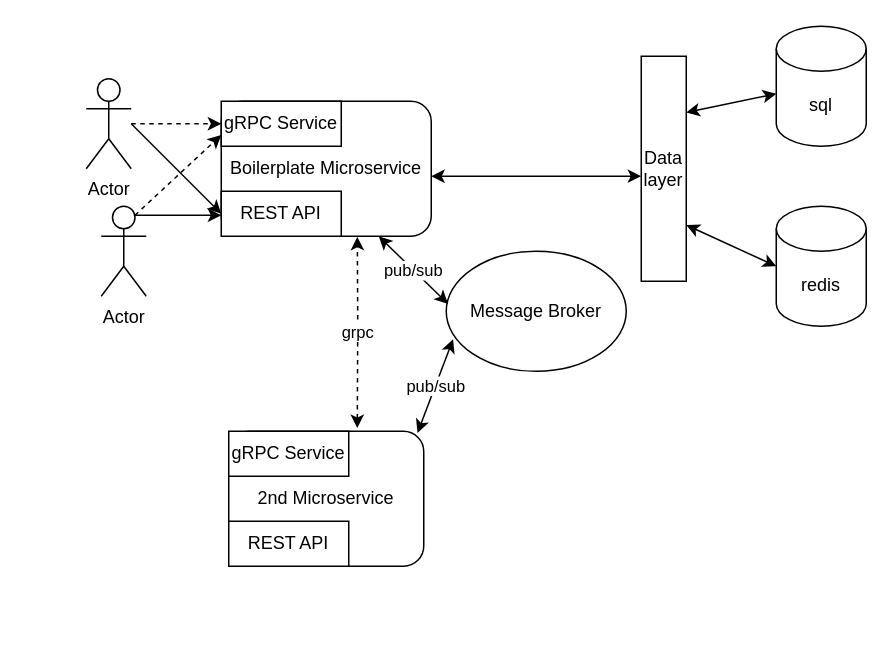
The draw.io diagram page "Boilerplate-vision" (1 of 2) of doc/go-boilerplate-v1.drawio in zYros90/go-boilerplate-v1, before the edit. Source tidied: cells renumbered, new cells numbered last; positions are measured from the earlier drawing's top-left corner, leaving out a move shared by most shapes. Both pictures are drawn from the tidied source at 150%, with x=0, y=0 at pixel (86, 26).
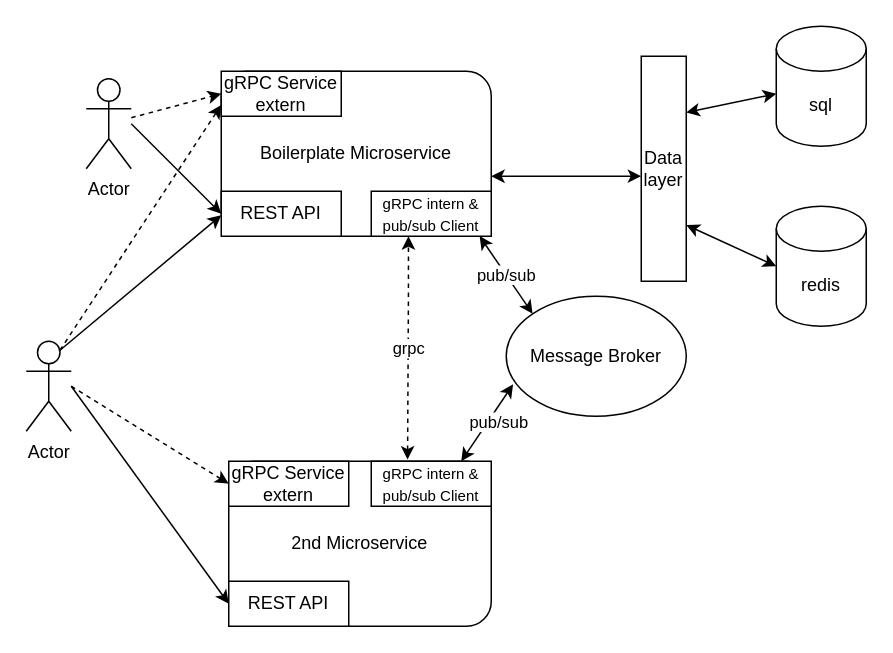
The same page after the edit.

Commit message (it also covers changes not shown here):
update project layout drawing

Unchanged cells that the change refers to:
```xml
<mxCell id="16" value="Data layer" style="rounded=0;whiteSpace=wrap;html=1;" parent="1" vertex="1">
  <mxGeometry x="370" y="20" width="30" height="150" as="geometry" />
</mxCell>
```

Change to the diagram source:
```diff
@@
     <mxCell id="2" value="Boilerplate Microservice" style="rounded=1;whiteSpace=wrap;html=1;" parent="1" vertex="1">
-      <mxGeometry x="90" y="50" width="140" height="90" as="geometry" />
+      <mxGeometry x="90" y="30" width="180" height="110" as="geometry" />
     </mxCell>
@@
+    <mxCell id="24" style="edgeStyle=none;html=1;entryX=0;entryY=0.5;entryDx=0;entryDy=0;" parent="1" edge="1" target="14">
+      <mxGeometry relative="1" as="geometry">
+        <mxPoint x="-10" y="240" as="sourcePoint" />
+      </mxGeometry>
+    </mxCell>
+    <mxCell id="25" style="edgeStyle=none;html=1;dashed=1;entryX=0;entryY=0.5;entryDx=0;entryDy=0;" parent="1" edge="1" target="23">
+      <mxGeometry relative="1" as="geometry">
+        <mxPoint x="-10" y="240" as="sourcePoint" />
+      </mxGeometry>
+    </mxCell>
     <mxCell id="10" value="Actor" style="shape=umlActor;verticalLabelPosition=bottom;verticalAlign=top;html=1;outlineConnect=0;" parent="1" vertex="1">
-      <mxGeometry x="10" y="120" width="30" height="60" as="geometry" />
+      <mxGeometry x="-40" y="210" width="30" height="60" as="geometry" />
     </mxCell>
     <mxCell id="11" value="Message Broker" style="ellipse;whiteSpace=wrap;html=1;" parent="1" vertex="1">
-      <mxGeometry x="240" y="150" width="120" height="80" as="geometry" />
+      <mxGeometry x="280" y="180" width="120" height="80" as="geometry" />
     </mxCell>
-    <mxCell id="12" value="pub/sub" style="endArrow=classic;startArrow=classic;html=1;entryX=0.75;entryY=1;entryDx=0;entryDy=0;exitX=0.01;exitY=0.439;exitDx=0;exitDy=0;exitPerimeter=0;" parent="1" edge="1" source="11" target="2">
+    <mxCell id="12" value="pub/sub" style="endArrow=classic;startArrow=classic;html=1;entryX=0.903;entryY=0.997;entryDx=0;entryDy=0;exitX=0;exitY=0;exitDx=0;exitDy=0;entryPerimeter=0;" parent="1" edge="1" source="11" target="26">
       <mxGeometry relative="1" as="geometry" />
     </mxCell>
     <mxCell id="13" value="2nd Microservice" style="rounded=1;whiteSpace=wrap;html=1;" parent="1" vertex="1">
-      <mxGeometry x="95" y="270" width="130" height="90" as="geometry" />
+      <mxGeometry x="95" y="290" width="175" height="110" as="geometry" />
     </mxCell>
     <mxCell id="14" value="REST API" style="rounded=0;whiteSpace=wrap;html=1;" parent="1" vertex="1">
-      <mxGeometry x="95" y="330" width="80" height="30" as="geometry" />
+      <mxGeometry x="95" y="370" width="80" height="30" as="geometry" />
     </mxCell>
-    <mxCell id="15" value="pub/sub" style="endArrow=classic;startArrow=classic;html=1;entryX=0.038;entryY=0.734;entryDx=0;entryDy=0;entryPerimeter=0;exitX=0.968;exitY=0.013;exitDx=0;exitDy=0;exitPerimeter=0;" parent="1" edge="1" source="13" target="11">
-      <mxGeometry relative="1" as="geometry" />
+    <mxCell id="15" value="pub/sub" style="endArrow=classic;startArrow=classic;html=1;entryX=0.038;entryY=0.734;entryDx=0;entryDy=0;entryPerimeter=0;exitX=0.75;exitY=0;exitDx=0;exitDy=0;" parent="1" edge="1" source="27" target="11">
+      <mxGeometry x="0.16" y="-6" relative="1" as="geometry" />
     </mxCell>
@@
     <mxCell id="20" style="endArrow=classic;startArrow=classic;html=1;entryX=0;entryY=0.533;entryDx=0;entryDy=0;entryPerimeter=0;" parent="1" edge="1" target="16">
       <mxGeometry relative="1" as="geometry">
-        <mxPoint x="230" y="100" as="sourcePoint" />
+        <mxPoint x="270" y="100" as="sourcePoint" />
       </mxGeometry>
     </mxCell>
-    <mxCell id="21" value="grpc" style="endArrow=classic;startArrow=classic;html=1;exitX=0.659;exitY=-0.024;exitDx=0;exitDy=0;dashed=1;entryX=0.648;entryY=1.004;entryDx=0;entryDy=0;entryPerimeter=0;exitPerimeter=0;" parent="1" edge="1" source="13" target="2">
+    <mxCell id="21" value="grpc" style="endArrow=classic;startArrow=classic;html=1;dashed=1;exitX=0.428;exitY=-0.038;exitDx=0;exitDy=0;exitPerimeter=0;" parent="1" edge="1">
       <mxGeometry relative="1" as="geometry">
+        <mxPoint x="214.2" y="288.9" as="sourcePoint" />
+        <mxPoint x="214.8" y="140" as="targetPoint" />
         <Array as="points">
-          <mxPoint x="181" y="200" />
+          <mxPoint x="214.8" y="180" />
         </Array>
       </mxGeometry>
     </mxCell>
-    <mxCell id="22" value="gRPC Service" style="rounded=0;whiteSpace=wrap;html=1;" parent="1" vertex="1">
-      <mxGeometry x="90" y="50" width="80" height="30" as="geometry" />
+    <mxCell id="22" value="gRPC Service&lt;br&gt;extern" style="rounded=0;whiteSpace=wrap;html=1;" parent="1" vertex="1">
+      <mxGeometry x="90" y="30" width="80" height="30" as="geometry" />
     </mxCell>
-    <mxCell id="23" value="gRPC Service" style="rounded=0;whiteSpace=wrap;html=1;" parent="1" vertex="1">
-      <mxGeometry x="95" y="270" width="80" height="30" as="geometry" />
+    <mxCell id="23" value="gRPC Service&lt;br&gt;extern" style="rounded=0;whiteSpace=wrap;html=1;" parent="1" vertex="1">
+      <mxGeometry x="95" y="290" width="80" height="30" as="geometry" />
     </mxCell>
+    <mxCell id="26" value="&lt;font style=&quot;font-size: 10px&quot;&gt;gRPC intern &amp;amp; pub/sub Client&lt;/font&gt;" style="rounded=0;whiteSpace=wrap;html=1;" parent="1" vertex="1">
+      <mxGeometry x="190" y="110" width="80" height="30" as="geometry" />
+    </mxCell>
+    <mxCell id="27" value="&lt;font style=&quot;font-size: 10px&quot;&gt;gRPC intern &amp;amp; pub/sub Client&lt;/font&gt;" style="rounded=0;whiteSpace=wrap;html=1;" parent="1" vertex="1">
+      <mxGeometry x="190" y="290" width="80" height="30" as="geometry" />
+    </mxCell>
```
